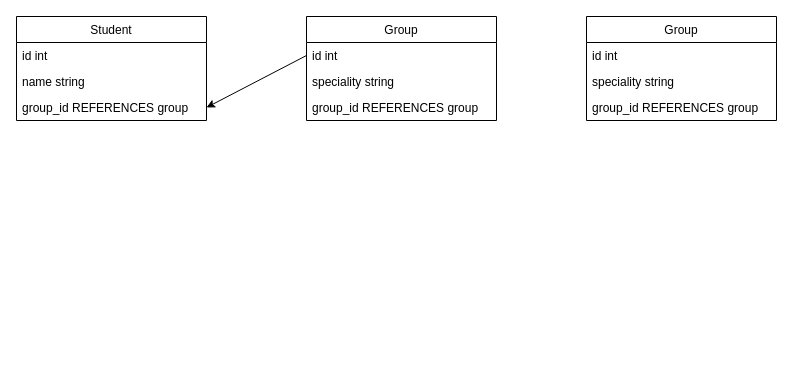
Before: Untitled Diagram.drawio in Milexe/Test_task_Elinext, a draw.io diagram. Source tidied: cells renumbered, new cells numbered last; positions are measured from the earlier drawing's top-left corner, leaving out a move shared by most shapes. Both pictures are drawn from the tidied source at 100%, with x=0, y=0 at pixel (16, 16).
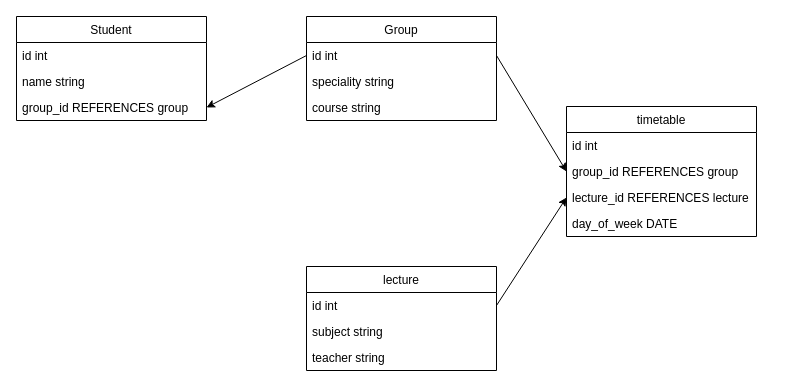
Above is the later version.

Unchanged cells that the change refers to:
```xml
<mxCell id="6" value="Group" style="swimlane;fontStyle=0;horizontal=1;startSize=26;fillColor=none;" parent="1" vertex="1">
  <mxGeometry x="290" width="190" height="104" as="geometry" />
</mxCell>
<mxCell id="7" value="id int " style="text;strokeColor=none;fillColor=none;align=left;verticalAlign=top;spacingLeft=4;spacingRight=4;overflow=hidden;points=[[0,0.5],[1,0.5]];portConstraint=eastwest;" parent="6" vertex="1">
  <mxGeometry y="26" width="190" height="26" as="geometry" />
</mxCell>
<mxCell id="12" value="id int " style="text;strokeColor=none;fillColor=none;align=left;verticalAlign=top;spacingLeft=4;spacingRight=4;overflow=hidden;points=[[0,0.5],[1,0.5]];portConstraint=eastwest;" parent="11" vertex="1">
  <mxGeometry y="26" width="190" height="26" as="geometry" />
</mxCell>
```

Diff of the diagram source:
```diff
@@
-    <mxCell id="9" value="group_id REFERENCES group" style="text;strokeColor=none;fillColor=none;align=left;verticalAlign=top;spacingLeft=4;spacingRight=4;overflow=hidden;" parent="6" vertex="1">
+    <mxCell id="9" value="course string" style="text;strokeColor=none;fillColor=none;align=left;verticalAlign=top;spacingLeft=4;spacingRight=4;overflow=hidden;" parent="6" vertex="1">
       <mxGeometry y="78" width="190" height="26" as="geometry" />
     </mxCell>
@@
-    <mxCell id="11" value="Group" style="swimlane;fontStyle=0;horizontal=1;startSize=26;fillColor=none;" parent="1" vertex="1">
-      <mxGeometry x="570" width="190" height="104" as="geometry" />
+    <mxCell id="11" value="lecture" style="swimlane;fontStyle=0;horizontal=1;startSize=26;fillColor=none;" parent="1" vertex="1">
+      <mxGeometry x="290" y="250" width="190" height="104" as="geometry" />
     </mxCell>
@@
-    <mxCell id="13" value="speciality string" style="text;strokeColor=none;fillColor=none;align=left;verticalAlign=top;spacingLeft=4;spacingRight=4;overflow=hidden;" parent="11" vertex="1">
+    <mxCell id="13" value="subject string" style="text;strokeColor=none;fillColor=none;align=left;verticalAlign=top;spacingLeft=4;spacingRight=4;overflow=hidden;" parent="11" vertex="1">
       <mxGeometry y="52" width="190" height="26" as="geometry" />
     </mxCell>
-    <mxCell id="14" value="group_id REFERENCES group" style="text;strokeColor=none;fillColor=none;align=left;verticalAlign=top;spacingLeft=4;spacingRight=4;overflow=hidden;" parent="11" vertex="1">
+    <mxCell id="14" value="teacher string" style="text;strokeColor=none;fillColor=none;align=left;verticalAlign=top;spacingLeft=4;spacingRight=4;overflow=hidden;" parent="11" vertex="1">
       <mxGeometry y="78" width="190" height="26" as="geometry" />
     </mxCell>
+    <mxCell id="15" value="timetable" style="swimlane;fontStyle=0;horizontal=1;startSize=26;fillColor=none;" parent="1" vertex="1">
+      <mxGeometry x="550" y="90" width="190" height="130" as="geometry" />
+    </mxCell>
+    <mxCell id="16" value="id int " style="text;strokeColor=none;fillColor=none;align=left;verticalAlign=top;spacingLeft=4;spacingRight=4;overflow=hidden;" parent="15" vertex="1">
+      <mxGeometry y="26" width="190" height="26" as="geometry" />
+    </mxCell>
+    <mxCell id="17" value="group_id REFERENCES group" style="text;strokeColor=none;fillColor=none;align=left;verticalAlign=top;spacingLeft=4;spacingRight=4;overflow=hidden;points=[[0,0.5],[1,0.5]];portConstraint=eastwest;" parent="15" vertex="1">
+      <mxGeometry y="52" width="190" height="26" as="geometry" />
+    </mxCell>
+    <mxCell id="18" value="lecture_id REFERENCES lecture" style="text;strokeColor=none;fillColor=none;align=left;verticalAlign=top;spacingLeft=4;spacingRight=4;overflow=hidden;points=[[0,0.5],[1,0.5]];portConstraint=eastwest;" parent="15" vertex="1">
+      <mxGeometry y="78" width="190" height="26" as="geometry" />
+    </mxCell>
+    <mxCell id="19" value="day_of_week DATE" style="text;strokeColor=none;fillColor=none;align=left;verticalAlign=top;spacingLeft=4;spacingRight=4;overflow=hidden;" parent="15" vertex="1">
+      <mxGeometry y="104" width="190" height="26" as="geometry" />
+    </mxCell>
+    <mxCell id="20" style="endArrow=classic;html=1;rounded=0;exitX=1;exitY=0.5;exitDx=0;exitDy=0;entryX=0;entryY=0.5;entryDx=0;entryDy=0;" parent="1" edge="1" source="7" target="17">
+      <mxGeometry relative="1" as="geometry" />
+    </mxCell>
+    <mxCell id="21" style="endArrow=classic;html=1;rounded=0;exitX=1;exitY=0.5;exitDx=0;exitDy=0;entryX=0;entryY=0.5;entryDx=0;entryDy=0;" parent="1" edge="1" source="12" target="18">
+      <mxGeometry relative="1" as="geometry" />
+    </mxCell>
```
